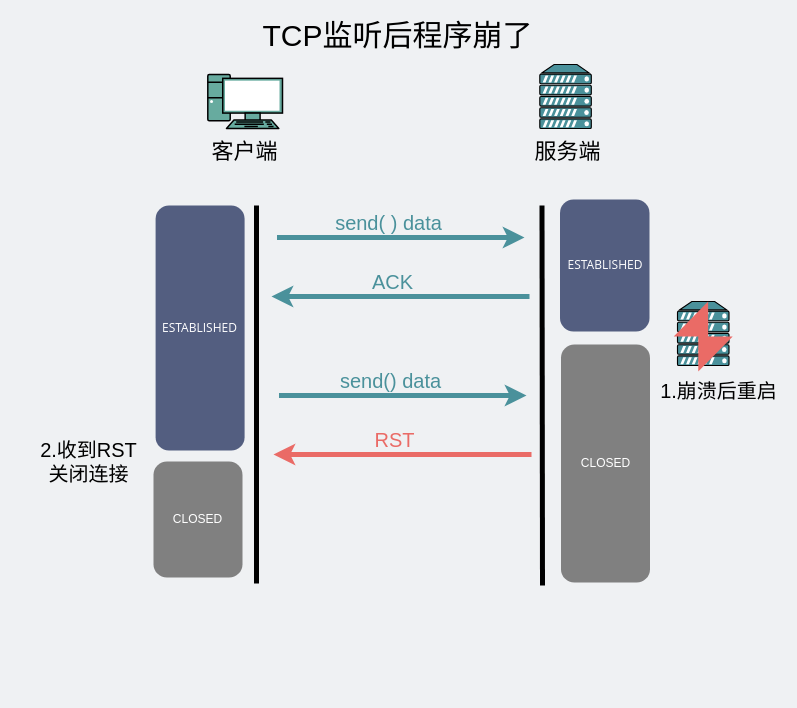
Above: network/RST丢失.drawio in xiaobaiTech/image (draw.io), before the change. Source tidied: cells renumbered, new cells numbered last; positions are measured from the earlier drawing's top-left corner, leaving out a move shared by most shapes. Both pictures are drawn from the tidied source at 100%, with x=0, y=0 at pixel (29, 21).
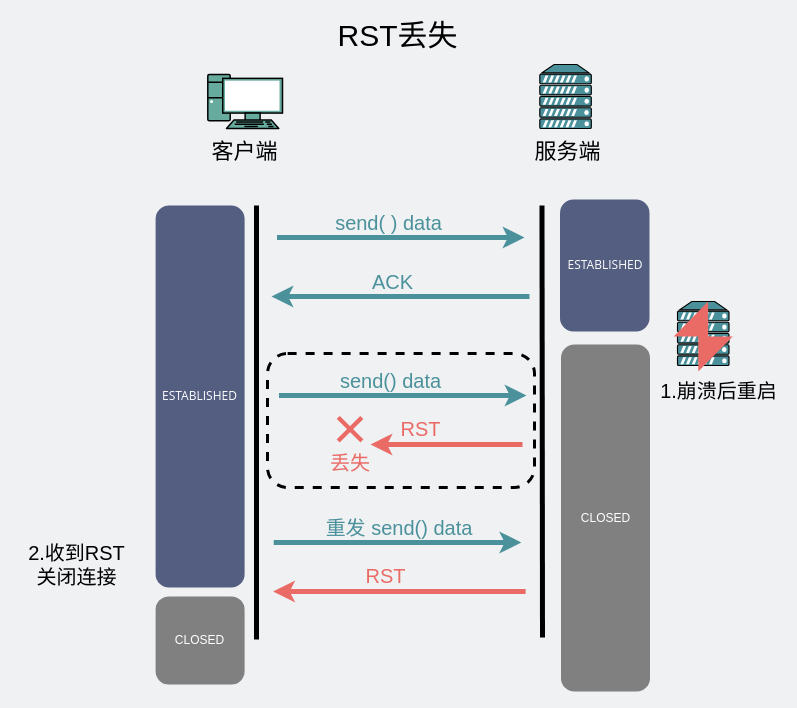
Above is the later version.

The edit, as a diff of the source:
```diff
@@
+    <mxCell id="25" style="rounded=1;whiteSpace=wrap;html=1;fillColor=none;dashed=1;strokeWidth=3;" parent="1" vertex="1">
+      <mxGeometry x="238" y="332" width="267" height="134" as="geometry" />
+    </mxCell>
@@
-    <mxCell id="6" value="&lt;font style=&quot;font-size: 30px&quot;&gt;TCP监听后程序崩了&lt;/font&gt;" style="text;html=1;strokeColor=none;fillColor=none;align=center;verticalAlign=middle;whiteSpace=wrap;rounded=0;" parent="1" vertex="1">
+    <mxCell id="6" value="&lt;font style=&quot;font-size: 30px&quot;&gt;RST丢失&lt;/font&gt;" style="text;html=1;strokeColor=none;fillColor=none;align=center;verticalAlign=middle;whiteSpace=wrap;rounded=0;" parent="1" vertex="1">
       <mxGeometry x="170.5" width="395" height="28" as="geometry" />
     </mxCell>
     <mxCell id="7" style="endArrow=none;html=1;strokeWidth=5;" parent="1" edge="1">
       <mxGeometry relative="1" as="geometry">
-        <mxPoint x="227" y="562" as="sourcePoint" />
+        <mxPoint x="227" y="618" as="sourcePoint" />
         <mxPoint x="227" y="184" as="targetPoint" />
       </mxGeometry>
     </mxCell>
@@
     <mxCell id="13" style="endArrow=none;html=1;strokeWidth=5;" parent="1" edge="1">
       <mxGeometry relative="1" as="geometry">
-        <mxPoint x="513" y="564" as="sourcePoint" />
+        <mxPoint x="513" y="616" as="sourcePoint" />
         <mxPoint x="512.5" y="184" as="targetPoint" />
       </mxGeometry>
     </mxCell>
     <mxCell id="14" value="&lt;font color=&quot;#ffffff&quot;&gt;CLOSED&lt;/font&gt;" style="rounded=1;whiteSpace=wrap;html=1;strokeWidth=3;strokeColor=none;fillColor=#808080;" parent="1" vertex="1">
-      <mxGeometry x="531.5" y="323" width="89" height="238" as="geometry" />
+      <mxGeometry x="531.5" y="323" width="89" height="347" as="geometry" />
     </mxCell>
     <mxCell id="15" value="&lt;span style=&quot;font-family: &amp;#34;open sans&amp;#34; , &amp;#34;clear sans&amp;#34; , &amp;#34;helvetica neue&amp;#34; , &amp;#34;helvetica&amp;#34; , &amp;#34;arial&amp;#34; , sans-serif&quot;&gt;&lt;font style=&quot;font-size: 12px&quot;&gt;ESTABLISHED&lt;br&gt;&lt;/font&gt;&lt;/span&gt;" style="rounded=1;whiteSpace=wrap;html=1;dashed=1;strokeWidth=3;fillColor=#535E80;strokeColor=none;fontColor=#FFFFFF;" parent="1" vertex="1">
-      <mxGeometry x="126.1" y="184" width="89" height="245" as="geometry" />
+      <mxGeometry x="126.1" y="184" width="89" height="382" as="geometry" />
     </mxCell>
@@
     <mxCell id="21" style="endArrow=none;html=1;strokeWidth=5;startArrow=classic;startFill=1;endFill=0;fontColor=#4A919B;strokeColor=#EA6B66;" parent="1" edge="1">
       <mxGeometry relative="1" as="geometry">
-        <mxPoint x="244" y="433" as="sourcePoint" />
-        <mxPoint x="502" y="433" as="targetPoint" />
+        <mxPoint x="341" y="423" as="sourcePoint" />
+        <mxPoint x="493" y="423" as="targetPoint" />
       </mxGeometry>
     </mxCell>
     <mxCell id="22" value="RST" style="text;html=1;strokeColor=none;fillColor=none;align=center;verticalAlign=middle;whiteSpace=wrap;rounded=0;fontSize=20;rotation=0;fontColor=#EA6B66;" parent="1" vertex="1">
-      <mxGeometry x="322" y="402" width="87" height="32" as="geometry" />
+      <mxGeometry x="348" y="391" width="87" height="32" as="geometry" />
     </mxCell>
     <mxCell id="23" value="&lt;font color=&quot;#ffffff&quot;&gt;CLOSED&lt;/font&gt;" style="rounded=1;whiteSpace=wrap;html=1;strokeWidth=3;strokeColor=none;fillColor=#808080;" parent="1" vertex="1">
-      <mxGeometry x="124" y="440" width="89" height="116" as="geometry" />
+      <mxGeometry x="126.1" y="575" width="89" height="88" as="geometry" />
     </mxCell>
     <mxCell id="24" value="&lt;font style=&quot;font-size: 20px&quot;&gt;2.收到RST&lt;br&gt;关闭连接&lt;br&gt;&lt;/font&gt;" style="text;html=1;strokeColor=none;fillColor=none;align=center;verticalAlign=middle;whiteSpace=wrap;rounded=0;" parent="1" vertex="1">
-      <mxGeometry y="423" width="119" height="33" as="geometry" />
+      <mxGeometry x="-12" y="526" width="119" height="33" as="geometry" />
     </mxCell>
+    <mxCell id="26" value="&lt;font style=&quot;font-size: 60px&quot; color=&quot;#ea6b66&quot;&gt;×&lt;/font&gt;" style="text;html=1;strokeColor=none;fillColor=none;align=center;verticalAlign=middle;whiteSpace=wrap;rounded=0;" parent="1" vertex="1">
+      <mxGeometry x="301" y="397" width="40" height="20" as="geometry" />
+    </mxCell>
+    <mxCell id="27" value="&lt;font style=&quot;font-size: 20px&quot; color=&quot;#ea6b66&quot;&gt;丢失&lt;/font&gt;" style="text;html=1;strokeColor=none;fillColor=none;align=center;verticalAlign=middle;whiteSpace=wrap;rounded=0;" parent="1" vertex="1">
+      <mxGeometry x="291" y="429" width="60" height="24" as="geometry" />
+    </mxCell>
+    <mxCell id="28" style="endArrow=classic;html=1;strokeWidth=5;fontSize=20;fontColor=#4A919B;strokeColor=#4A919B;" parent="1" edge="1">
+      <mxGeometry relative="1" as="geometry">
+        <mxPoint x="244.2" y="521" as="sourcePoint" />
+        <mxPoint x="491.8" y="521" as="targetPoint" />
+      </mxGeometry>
+    </mxCell>
+    <mxCell id="29" value="重发 send() data" style="text;html=1;strokeColor=none;fillColor=none;align=center;verticalAlign=middle;whiteSpace=wrap;rounded=0;fontSize=20;fontColor=#4A919B;" parent="1" vertex="1">
+      <mxGeometry x="282.8" y="495" width="174.2" height="21" as="geometry" />
+    </mxCell>
+    <mxCell id="30" style="endArrow=none;html=1;strokeWidth=5;startArrow=classic;startFill=1;endFill=0;fontColor=#4A919B;strokeColor=#EA6B66;" parent="1" edge="1">
+      <mxGeometry relative="1" as="geometry">
+        <mxPoint x="243.6" y="570" as="sourcePoint" />
+        <mxPoint x="496.1" y="570" as="targetPoint" />
+      </mxGeometry>
+    </mxCell>
+    <mxCell id="31" value="RST" style="text;html=1;strokeColor=none;fillColor=none;align=center;verticalAlign=middle;whiteSpace=wrap;rounded=0;fontSize=20;rotation=0;fontColor=#EA6B66;" parent="1" vertex="1">
+      <mxGeometry x="313" y="538" width="87" height="32" as="geometry" />
+    </mxCell>
```
